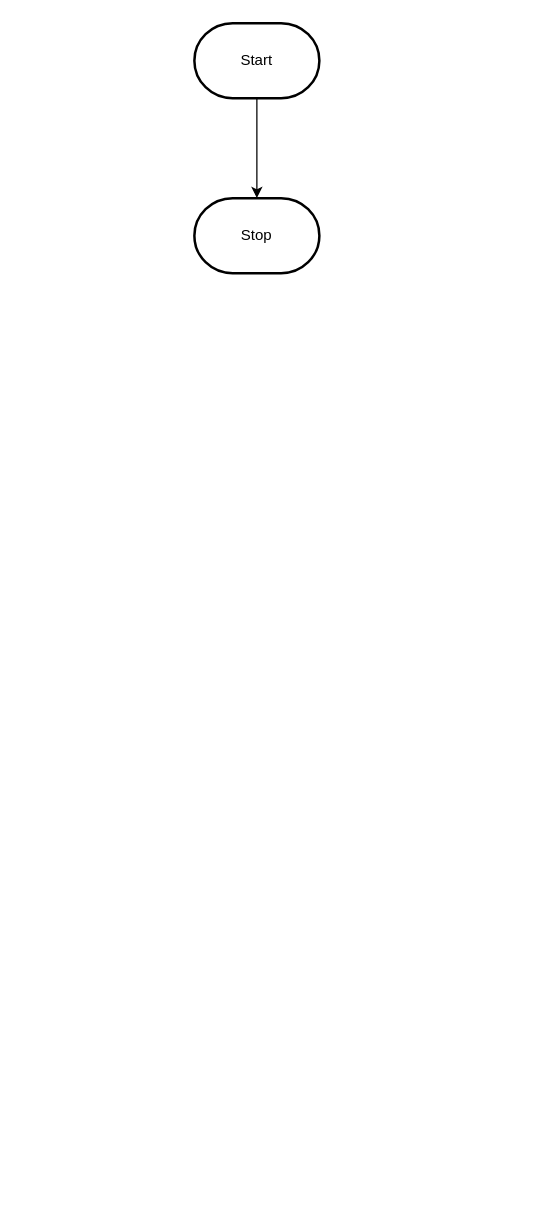
The draw.io diagram design/flowchart.drawio in MTHS-TEJ2O-1-2023/TEJ2O-Unit-2-13-Julianne-Leblanc-Peltier, before the edit. Source tidied: cells renumbered, new cells numbered last; positions are measured from the earlier drawing's top-left corner, leaving out a move shared by most shapes. Both pictures are drawn from the tidied source at 125%, with x=0, y=0 at pixel (194, 22).
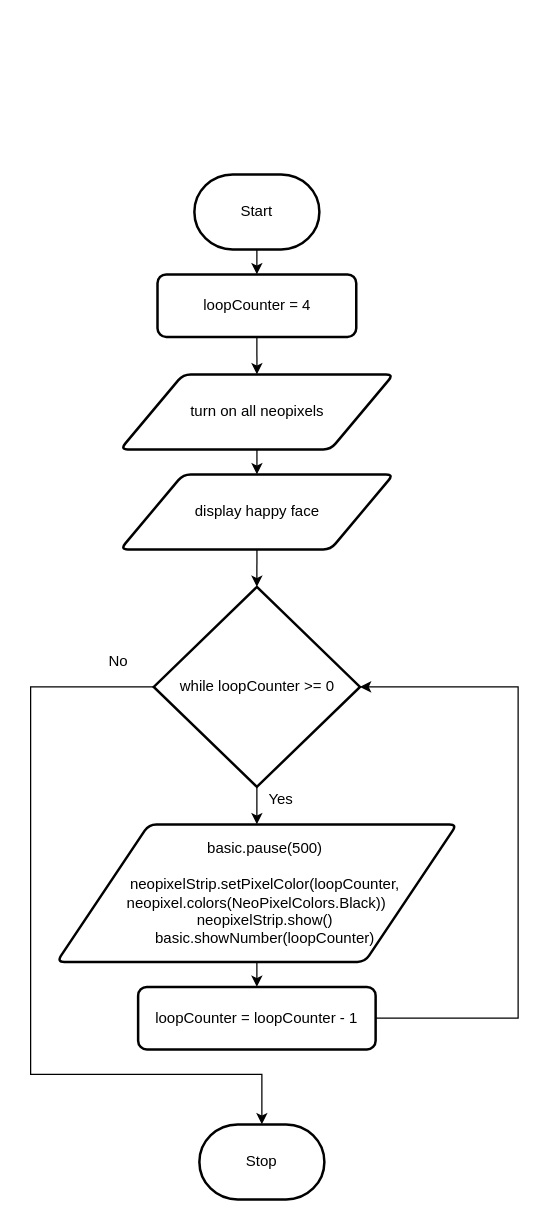
After the change.

The edit, as a diff of the source:
```diff
@@
-    <mxCell id="2" style="edgeStyle=orthogonalEdgeStyle;html=1;rounded=0;" parent="1" edge="1" source="3" target="4">
-      <mxGeometry relative="1" as="geometry" />
-    </mxCell>
+    <mxCell id="5" style="edgeStyle=none;html=1;exitX=0.5;exitY=1;exitDx=0;exitDy=0;exitPerimeter=0;" parent="1" edge="1" source="3" target="7">
+      <mxGeometry relative="1" as="geometry" />
+    </mxCell>
     <mxCell id="3" value="Start" style="strokeWidth=2;html=1;shape=mxgraph.flowchart.terminator;whiteSpace=wrap;" parent="1" vertex="1">
-      <mxGeometry width="100" height="60" as="geometry" />
+      <mxGeometry y="121" width="100" height="60" as="geometry" />
     </mxCell>
     <mxCell id="4" value="Stop" style="strokeWidth=2;html=1;shape=mxgraph.flowchart.terminator;whiteSpace=wrap;" parent="1" vertex="1">
-      <mxGeometry y="140" width="100" height="60" as="geometry" />
+      <mxGeometry x="4" y="881" width="100" height="60" as="geometry" />
     </mxCell>
+    <mxCell id="6" style="edgeStyle=none;rounded=0;html=1;exitX=0.5;exitY=1;exitDx=0;exitDy=0;entryX=0.5;entryY=0;entryDx=0;entryDy=0;" parent="1" edge="1" source="7" target="11">
+      <mxGeometry relative="1" as="geometry" />
+    </mxCell>
+    <mxCell id="7" value="loopCounter = 4" style="rounded=1;whiteSpace=wrap;html=1;absoluteArcSize=1;arcSize=14;strokeWidth=2;" parent="1" vertex="1">
+      <mxGeometry x="-29.5" y="201" width="159" height="50" as="geometry" />
+    </mxCell>
+    <mxCell id="8" style="edgeStyle=none;rounded=0;html=1;exitX=0.5;exitY=1;exitDx=0;exitDy=0;entryX=0.5;entryY=0;entryDx=0;entryDy=0;entryPerimeter=0;" parent="1" edge="1" source="9" target="14">
+      <mxGeometry relative="1" as="geometry" />
+    </mxCell>
+    <mxCell id="9" value="display happy face" style="shape=parallelogram;html=1;strokeWidth=2;perimeter=parallelogramPerimeter;whiteSpace=wrap;rounded=1;arcSize=12;size=0.23;" parent="1" vertex="1">
+      <mxGeometry x="-59.2" y="361" width="218.5" height="60" as="geometry" />
+    </mxCell>
+    <mxCell id="10" style="edgeStyle=none;rounded=0;html=1;exitX=0.5;exitY=1;exitDx=0;exitDy=0;entryX=0.5;entryY=0;entryDx=0;entryDy=0;" parent="1" edge="1" source="11" target="9">
+      <mxGeometry relative="1" as="geometry" />
+    </mxCell>
+    <mxCell id="11" value="turn on all neopixels" style="shape=parallelogram;html=1;strokeWidth=2;perimeter=parallelogramPerimeter;whiteSpace=wrap;rounded=1;arcSize=12;size=0.23;" parent="1" vertex="1">
+      <mxGeometry x="-59.2" y="281" width="218.5" height="60" as="geometry" />
+    </mxCell>
+    <mxCell id="12" style="edgeStyle=none;html=1;exitX=0.5;exitY=1;exitDx=0;exitDy=0;exitPerimeter=0;entryX=0.5;entryY=0;entryDx=0;entryDy=0;" parent="1" edge="1" source="14" target="16">
+      <mxGeometry relative="1" as="geometry" />
+    </mxCell>
+    <mxCell id="13" style="edgeStyle=none;html=1;exitX=0;exitY=0.5;exitDx=0;exitDy=0;exitPerimeter=0;rounded=0;" parent="1" edge="1" source="14" target="4">
+      <mxGeometry relative="1" as="geometry">
+        <Array as="points">
+          <mxPoint x="-131" y="531" />
+          <mxPoint x="-131" y="841" />
+          <mxPoint x="54" y="841" />
+        </Array>
+      </mxGeometry>
+    </mxCell>
+    <mxCell id="14" value="while loopCounter &amp;gt;= 0" style="strokeWidth=2;html=1;shape=mxgraph.flowchart.decision;whiteSpace=wrap;" parent="1" vertex="1">
+      <mxGeometry x="-32.5" y="451" width="165" height="160" as="geometry" />
+    </mxCell>
+    <mxCell id="15" style="edgeStyle=none;html=1;exitX=0.5;exitY=1;exitDx=0;exitDy=0;entryX=0.5;entryY=0;entryDx=0;entryDy=0;" parent="1" edge="1" source="16" target="18">
+      <mxGeometry relative="1" as="geometry" />
+    </mxCell>
+    <mxCell id="16" value="&lt;div&gt;&amp;nbsp; &amp;nbsp; basic.pause(500)&lt;/div&gt;&lt;div&gt;&lt;br&gt;&lt;/div&gt;&lt;div&gt;&amp;nbsp; &amp;nbsp; neopixelStrip.setPixelColor(loopCounter, neopixel.colors(NeoPixelColors.Black))&lt;/div&gt;&lt;div&gt;&amp;nbsp; &amp;nbsp; neopixelStrip.show()&lt;/div&gt;&lt;div&gt;&amp;nbsp; &amp;nbsp; basic.showNumber(loopCounter)&lt;/div&gt;" style="shape=parallelogram;html=1;strokeWidth=2;perimeter=parallelogramPerimeter;whiteSpace=wrap;rounded=1;arcSize=12;size=0.23;" parent="1" vertex="1">
+      <mxGeometry x="-110" y="641" width="320" height="110" as="geometry" />
+    </mxCell>
+    <mxCell id="17" style="edgeStyle=none;html=1;exitX=1;exitY=0.5;exitDx=0;exitDy=0;entryX=1;entryY=0.5;entryDx=0;entryDy=0;entryPerimeter=0;rounded=0;" parent="1" edge="1" source="18" target="14">
+      <mxGeometry relative="1" as="geometry">
+        <Array as="points">
+          <mxPoint x="259" y="796" />
+          <mxPoint x="259" y="531" />
+        </Array>
+      </mxGeometry>
+    </mxCell>
+    <mxCell id="18" value="loopCounter = loopCounter - 1" style="rounded=1;whiteSpace=wrap;html=1;absoluteArcSize=1;arcSize=14;strokeWidth=2;" parent="1" vertex="1">
+      <mxGeometry x="-45" y="771" width="190" height="50" as="geometry" />
+    </mxCell>
+    <mxCell id="19" value="Yes" style="text;html=1;align=center;verticalAlign=middle;strokeColor=none;fillColor=none;" parent="1" vertex="1">
+      <mxGeometry x="49" y="606" width="40" height="30" as="geometry" />
+    </mxCell>
+    <mxCell id="20" value="No" style="text;html=1;align=center;verticalAlign=middle;strokeColor=none;fillColor=none;" parent="1" vertex="1">
+      <mxGeometry x="-81" y="496" width="40" height="30" as="geometry" />
+    </mxCell>
```
